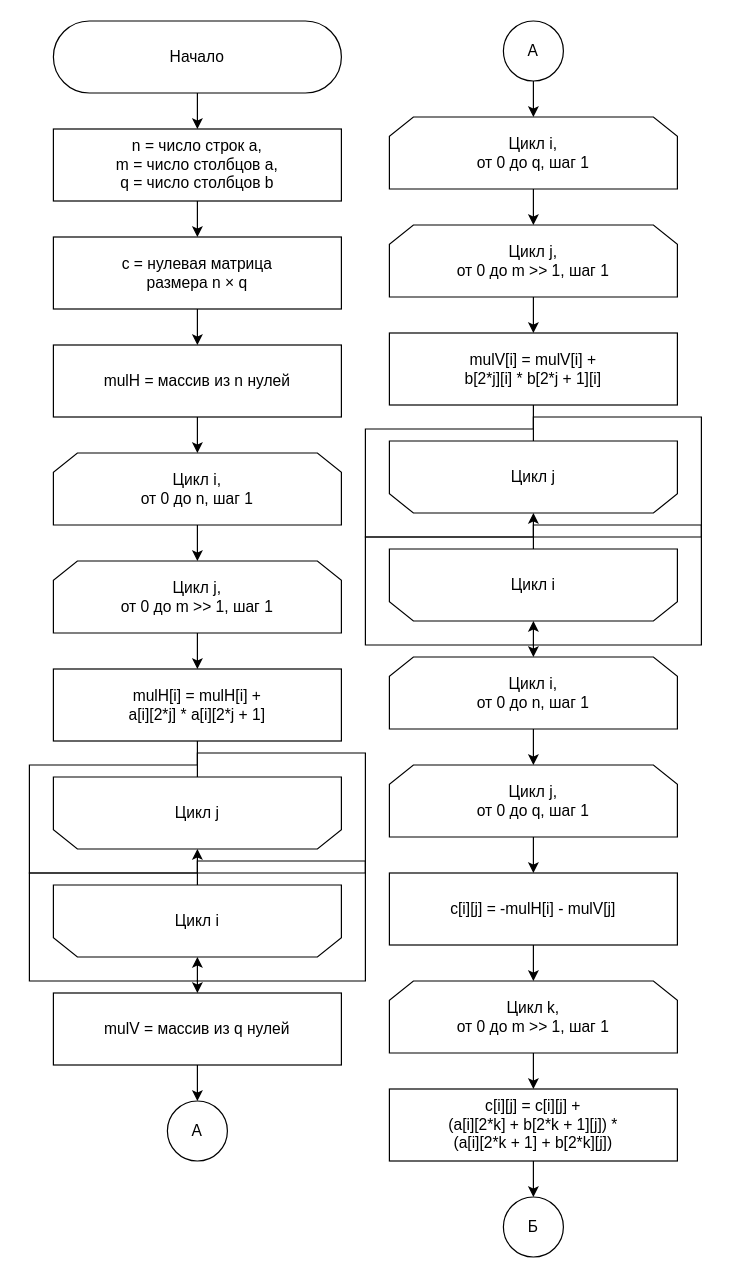
Earlier version of the draw.io diagram page "winograd-shift-1" (4 of 9) of lab-02/report/algo.drawio (swilldi/bmstu-sem5-algorithm-analysis). Source tidied: cells renumbered, new cells numbered last; positions are measured from the earlier drawing's top-left corner, leaving out a move shared by most shapes. Both pictures are drawn from the tidied source at 120%, with x=0, y=0 at pixel (53, 20).
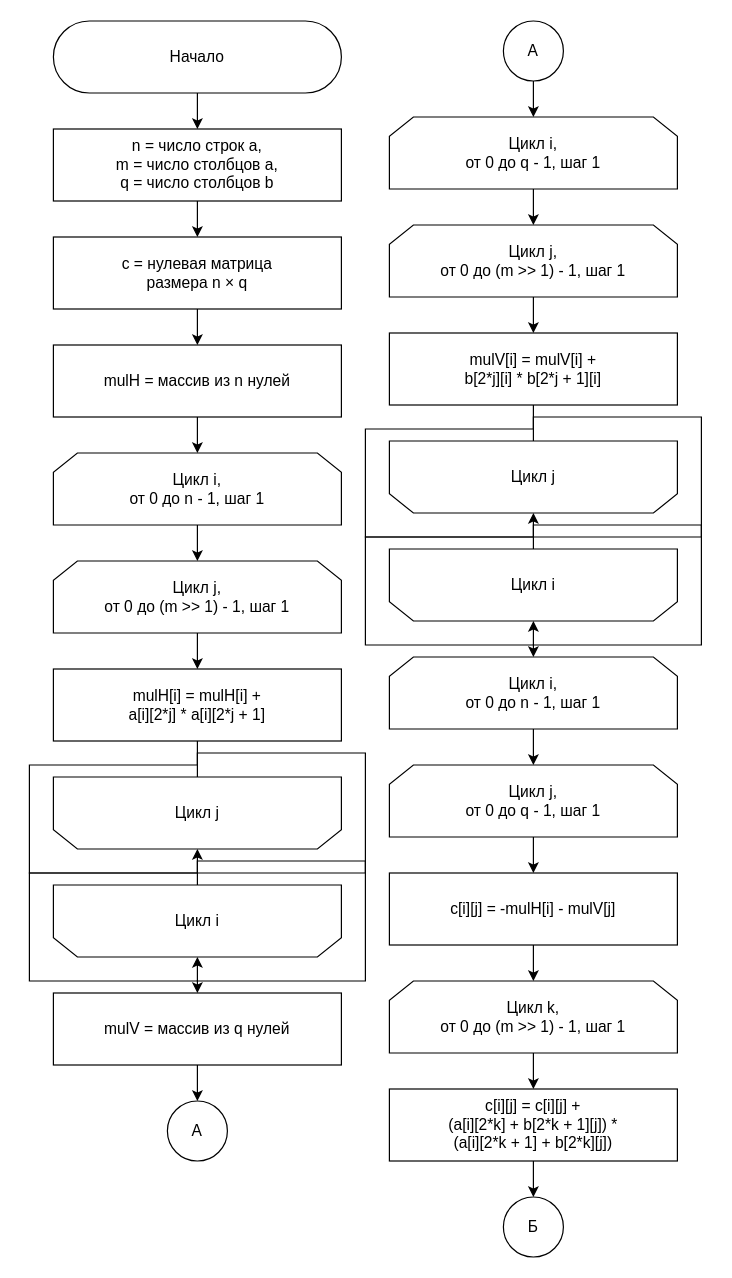
Above is the later version.

What changed in the source:
```diff
@@
-    <mxCell id="9" value="&lt;div&gt;Цикл i,&lt;/div&gt;&lt;div&gt;от 0 до n, шаг 1&lt;/div&gt;" style="shape=loopLimit;whiteSpace=wrap;html=1;fontSize=13;" parent="1" vertex="1">
+    <mxCell id="9" value="&lt;div&gt;Цикл i,&lt;/div&gt;&lt;div&gt;от 0 до n - 1, шаг 1&lt;/div&gt;" style="shape=loopLimit;whiteSpace=wrap;html=1;fontSize=13;" parent="1" vertex="1">
       <mxGeometry y="360" width="240" height="60" as="geometry" />
     </mxCell>
@@
-    <mxCell id="11" value="&lt;div&gt;Цикл j,&lt;/div&gt;&lt;div&gt;от 0 до m &gt;&gt; 1, шаг 1&lt;/div&gt;" style="shape=loopLimit;whiteSpace=wrap;html=1;fontSize=13;" parent="1" vertex="1">
+    <mxCell id="11" value="&lt;div&gt;Цикл j,&lt;/div&gt;&lt;div&gt;от 0 до (m &gt;&gt; 1) - 1, шаг 1&lt;/div&gt;" style="shape=loopLimit;whiteSpace=wrap;html=1;fontSize=13;" parent="1" vertex="1">
       <mxGeometry y="450" width="240" height="60" as="geometry" />
     </mxCell>
@@
-    <mxCell id="24" value="&lt;div&gt;Цикл i,&lt;/div&gt;&lt;div&gt;от 0 до q, шаг 1&lt;/div&gt;" style="shape=loopLimit;whiteSpace=wrap;html=1;fontSize=13;" parent="1" vertex="1">
+    <mxCell id="24" value="&lt;div&gt;Цикл i,&lt;/div&gt;&lt;div&gt;от 0 до q - 1, шаг 1&lt;/div&gt;" style="shape=loopLimit;whiteSpace=wrap;html=1;fontSize=13;" parent="1" vertex="1">
       <mxGeometry x="280" y="80" width="240" height="60" as="geometry" />
     </mxCell>
@@
-    <mxCell id="26" value="&lt;div&gt;Цикл j,&lt;/div&gt;&lt;div&gt;от 0 до m &gt;&gt; 1, шаг 1&lt;/div&gt;" style="shape=loopLimit;whiteSpace=wrap;html=1;fontSize=13;" parent="1" vertex="1">
+    <mxCell id="26" value="&lt;div&gt;Цикл j,&lt;/div&gt;&lt;div&gt;от 0 до (m &gt;&gt; 1) - 1, шаг 1&lt;/div&gt;" style="shape=loopLimit;whiteSpace=wrap;html=1;fontSize=13;" parent="1" vertex="1">
       <mxGeometry x="280" y="170" width="240" height="60" as="geometry" />
     </mxCell>
@@
-    <mxCell id="34" value="&lt;div&gt;Цикл i,&lt;/div&gt;&lt;div&gt;от 0 до n, шаг 1&lt;/div&gt;" style="shape=loopLimit;whiteSpace=wrap;html=1;fontSize=13;" parent="1" vertex="1">
+    <mxCell id="34" value="&lt;div&gt;Цикл i,&lt;/div&gt;&lt;div&gt;от 0 до n - 1, шаг 1&lt;/div&gt;" style="shape=loopLimit;whiteSpace=wrap;html=1;fontSize=13;" parent="1" vertex="1">
       <mxGeometry x="280" y="530" width="240" height="60" as="geometry" />
     </mxCell>
@@
-    <mxCell id="36" value="&lt;div&gt;Цикл j,&lt;/div&gt;&lt;div&gt;от 0 до q, шаг 1&lt;/div&gt;" style="shape=loopLimit;whiteSpace=wrap;html=1;fontSize=13;" parent="1" vertex="1">
+    <mxCell id="36" value="&lt;div&gt;Цикл j,&lt;/div&gt;&lt;div&gt;от 0 до q - 1, шаг 1&lt;/div&gt;" style="shape=loopLimit;whiteSpace=wrap;html=1;fontSize=13;" parent="1" vertex="1">
       <mxGeometry x="280" y="620" width="240" height="60" as="geometry" />
     </mxCell>
@@
-    <mxCell id="40" value="&lt;div&gt;Цикл k,&lt;/div&gt;&lt;div&gt;от 0 до m &gt;&gt; 1, шаг 1&lt;/div&gt;" style="shape=loopLimit;whiteSpace=wrap;html=1;fontSize=13;" parent="1" vertex="1">
+    <mxCell id="40" value="&lt;div&gt;Цикл k,&lt;/div&gt;&lt;div&gt;от 0 до (m &gt;&gt; 1) - 1, шаг 1&lt;/div&gt;" style="shape=loopLimit;whiteSpace=wrap;html=1;fontSize=13;" parent="1" vertex="1">
       <mxGeometry x="280" y="800" width="240" height="60" as="geometry" />
     </mxCell>
```
